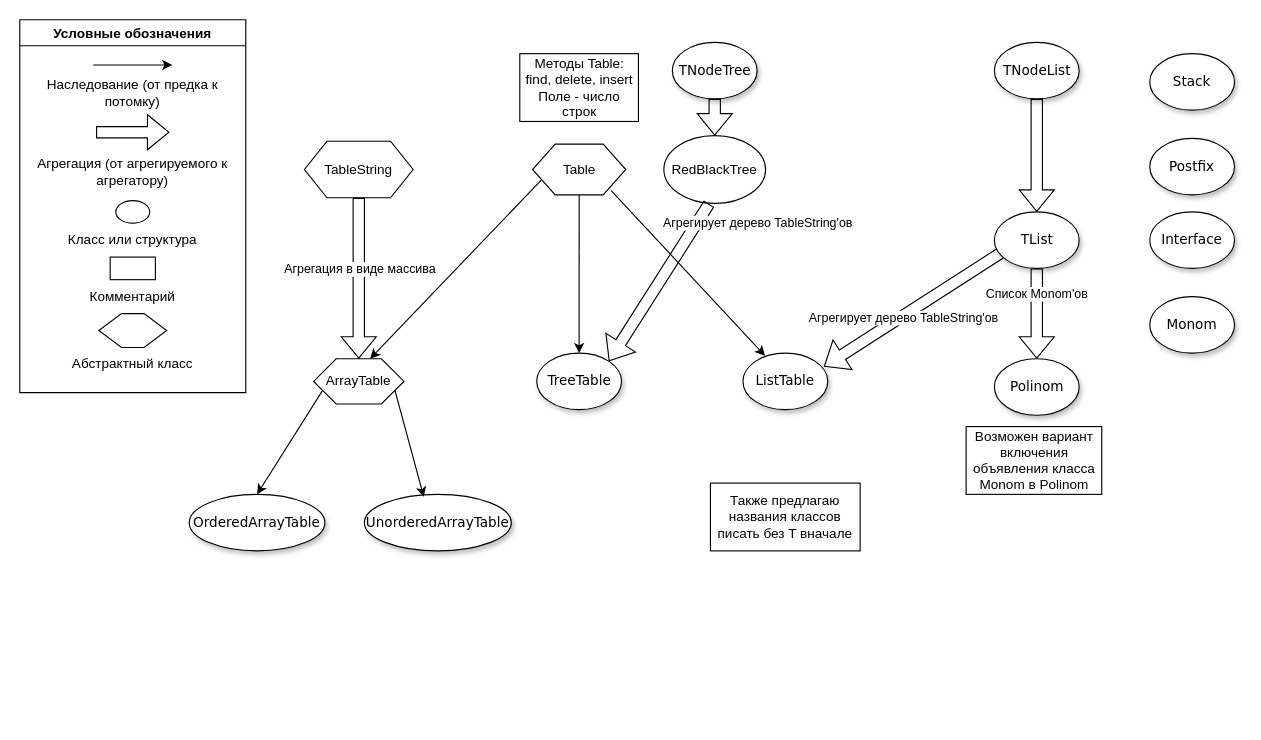
ParkerProbe/mp2-lab6-polynom-algebra keeps this draw.io diagram as Class_Diagram.drawio. Above is the earlier version. Source tidied: cells renumbered, new cells numbered last; positions are measured from the earlier drawing's top-left corner, leaving out a move shared by most shapes. Both pictures are drawn from the tidied source at 113%, with x=0, y=0 at pixel (19, 19).
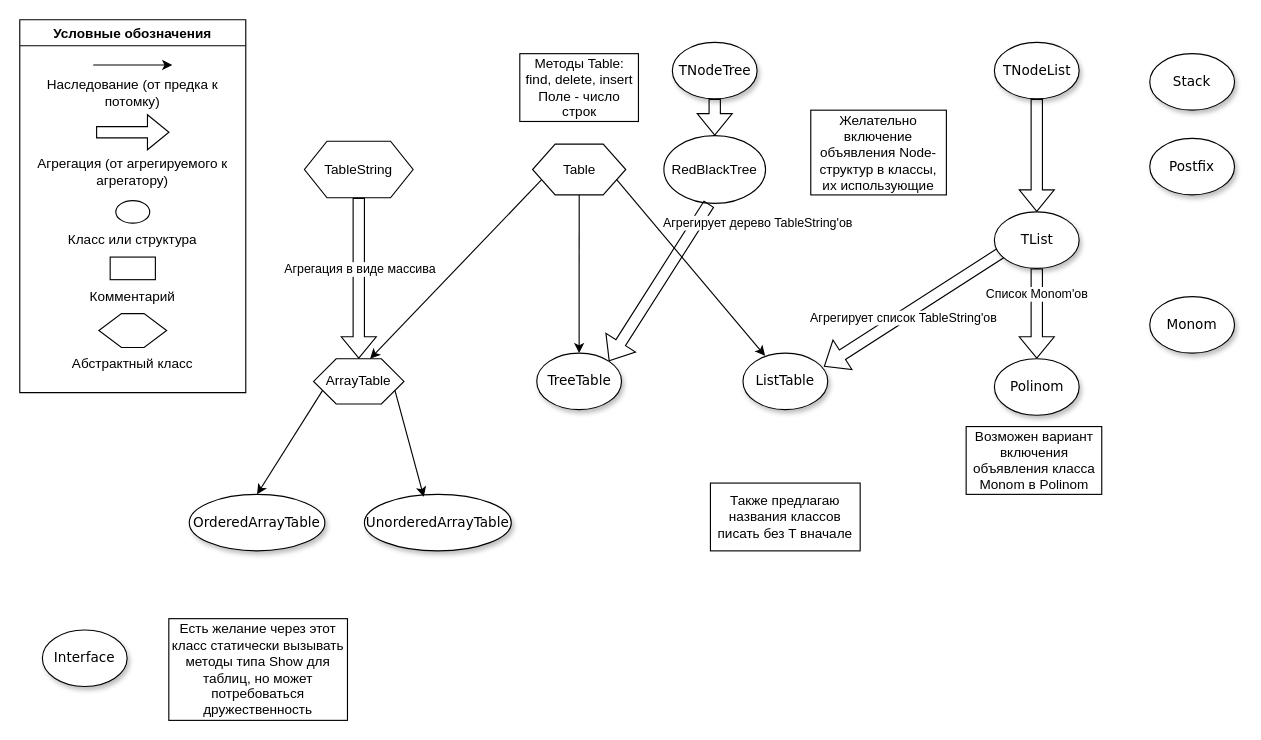
The same page after the edit.

Unchanged cells that the change refers to:
```xml
<mxCell id="15" value="Table" style="shape=hexagon;perimeter=hexagonPerimeter2;whiteSpace=wrap;html=1;fixedSize=1;" parent="1" vertex="1">
  <mxGeometry x="453.8" y="110" width="82.5" height="45" as="geometry" />
</mxCell>
<mxCell id="26" style="shape=flexArrow;endArrow=classic;html=1;rounded=0;entryX=0.955;entryY=0.24;entryDx=0;entryDy=0;entryPerimeter=0;exitX=0.079;exitY=0.724;exitDx=0;exitDy=0;exitPerimeter=0;" parent="1" edge="1" source="45" target="44">
  <mxGeometry relative="1" as="geometry" />
</mxCell>
<mxCell id="44" value="ListTable" style="ellipse;whiteSpace=wrap;html=1;rounded=0;shadow=1;comic=0;labelBackgroundColor=none;strokeWidth=1;fontFamily=Verdana;fontSize=12;align=center;" parent="1" vertex="1">
  <mxGeometry x="640" y="295" width="75" height="50" as="geometry" />
</mxCell>
```

Diff of the diagram source:
```diff
@@
-    <mxCell id="27" value="Агрегирует дерево TableString'ов" style="edgeLabel;html=1;align=center;verticalAlign=middle;" parent="26" vertex="1">
+    <mxCell id="27" value="Агрегирует список TableString'ов" style="edgeLabel;html=1;align=center;verticalAlign=middle;" parent="26" vertex="1">
       <mxGeometry x="-0.18" y="2" relative="1" as="geometry">
         <mxPoint x="-24" y="15" as="offset" />
       </mxGeometry>
     </mxCell>
@@
-    <mxCell id="33" style="endArrow=classic;html=1;rounded=0;exitX=0.843;exitY=0.915;exitDx=0;exitDy=0;exitPerimeter=0;entryX=0.261;entryY=0.048;entryDx=0;entryDy=0;entryPerimeter=0;" parent="1" edge="1" source="15" target="44">
+    <mxCell id="33" style="endArrow=classic;html=1;rounded=0;exitX=1;exitY=0.75;exitDx=0;exitDy=0;entryX=0.261;entryY=0.048;entryDx=0;entryDy=0;entryPerimeter=0;" parent="1" edge="1" source="15" target="44">
       <mxGeometry relative="1" as="geometry" />
     </mxCell>
@@
     <mxCell id="39" value="Interface" style="ellipse;whiteSpace=wrap;html=1;rounded=0;shadow=1;comic=0;labelBackgroundColor=none;strokeWidth=1;fontFamily=Verdana;fontSize=12;align=center;" parent="1" vertex="1">
-      <mxGeometry x="1000" y="170" width="75" height="50" as="geometry" />
+      <mxGeometry x="20" y="540" width="75" height="50" as="geometry" />
     </mxCell>
@@
+    <mxCell id="47" value="Желательно включение объявления Node-структур в классы, их использующие" style="rounded=0;whiteSpace=wrap;html=1;" parent="1" vertex="1">
+      <mxGeometry x="700" y="80" width="120" height="75" as="geometry" />
+    </mxCell>
+    <mxCell id="48" value="Есть желание через этот класс статически вызывать методы типа Show для таблиц, но может потребоваться дружественность" style="rounded=0;whiteSpace=wrap;html=1;" parent="1" vertex="1">
+      <mxGeometry x="131.9" y="530" width="158.1" height="90" as="geometry" />
+    </mxCell>
```
